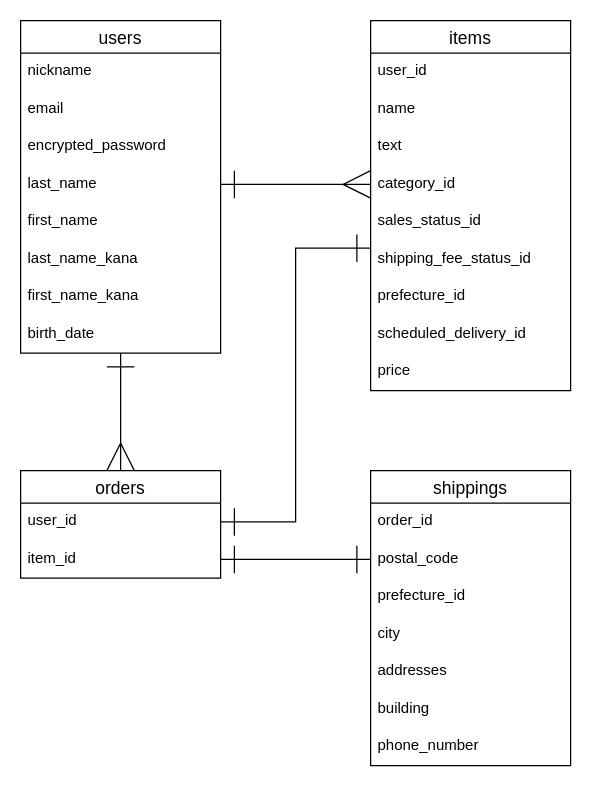
Ken-Nakayama/furima-39754 keeps this draw.io diagram as ER.dio. Above is the earlier version. Source tidied: cells renumbered, new cells numbered last; positions are measured from the earlier drawing's top-left corner, leaving out a move shared by most shapes. Both pictures are drawn from the tidied source at 125%, with x=0, y=0 at pixel (20, 20).
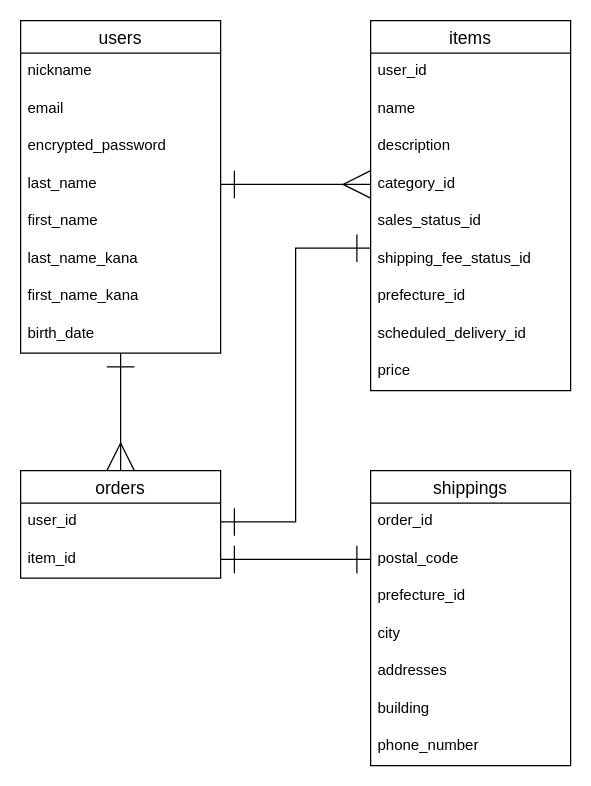
Above is the later version.

Commit message (it also covers changes not shown here):
プルリク修正3

Unchanged cells that the change refers to:
```xml
<mxCell id="13" value="items" style="swimlane;fontStyle=0;horizontal=1;startSize=26;align=center;fontSize=14;" parent="1" vertex="1">
  <mxGeometry x="280" width="160" height="296" as="geometry" />
</mxCell>
```

What changed in the source:
```diff
@@
-    <mxCell id="16" value="text" style="text;strokeColor=none;fillColor=none;spacingLeft=4;spacingRight=4;overflow=hidden;fontSize=12;" parent="13" vertex="1">
+    <mxCell id="16" value="description" style="text;strokeColor=none;fillColor=none;spacingLeft=4;spacingRight=4;overflow=hidden;fontSize=12;" parent="13" vertex="1">
       <mxGeometry y="86" width="160" height="30" as="geometry" />
     </mxCell>
```
